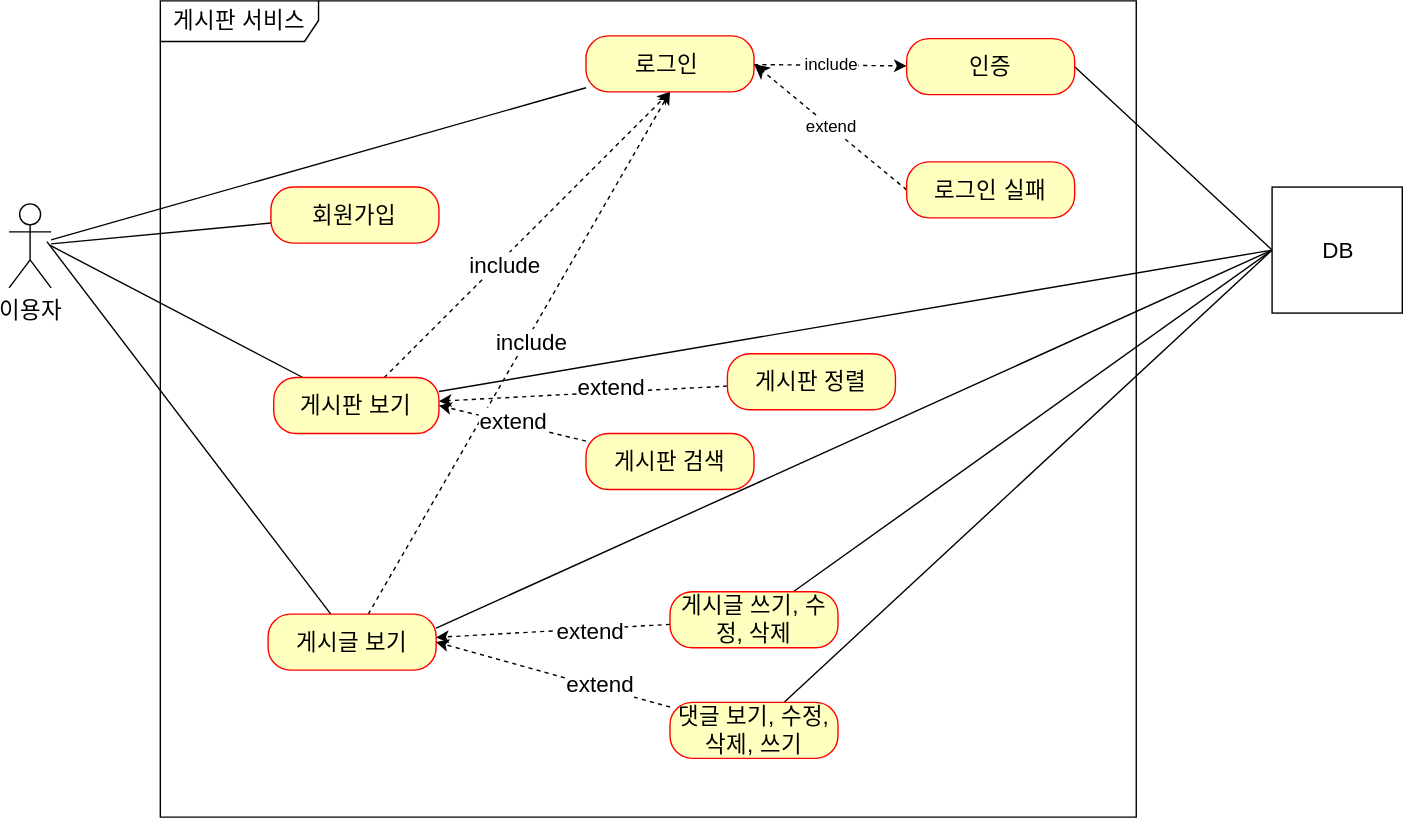
Earlier version of the draw.io export document/useCase.svg (Kimminwoo02/Project-board). Source tidied: cells renumbered, new cells last; positions are measured from the earlier drawing's top-left corner, leaving out a move shared by most shapes. Its diagram source:
```xml
<mxGraphModel>
  <root>
    <mxCell id="0" />
    <mxCell id="1" parent="0" />
    <mxCell id="2" value="이용자&lt;br&gt;" style="shape=umlActor;verticalLabelPosition=bottom;verticalAlign=top;html=1;fontSize=16;" parent="1" vertex="1">
      <mxGeometry y="145" width="30" height="60" as="geometry" />
    </mxCell>
    <mxCell id="3" value="게시판 서비스" style="shape=umlFrame;whiteSpace=wrap;html=1;fontSize=16;width=113;height=29;strokeColor=default;" parent="1" vertex="1">
      <mxGeometry x="108" width="697" height="583" as="geometry" />
    </mxCell>
    <mxCell id="4" style="edgeStyle=none;curved=1;rounded=0;jettySize=auto;html=1;fontSize=12;startSize=8;endSize=8;endArrow=none;endFill=0;" parent="1" edge="1" source="5" target="2">
      <mxGeometry relative="1" as="geometry" />
    </mxCell>
    <mxCell id="5" value="회원가입" style="rounded=1;whiteSpace=wrap;html=1;arcSize=40;fontColor=#000000;fillColor=#ffffc0;strokeColor=#ff0000;fontSize=16;" parent="1" vertex="1">
      <mxGeometry x="187" y="133" width="120" height="40" as="geometry" />
    </mxCell>
    <mxCell id="6" style="edgeStyle=none;curved=1;rounded=0;jettySize=auto;html=1;fontSize=12;endArrow=none;endFill=0;startSize=8;endSize=8;" parent="1" edge="1" source="10">
      <mxGeometry relative="1" as="geometry">
        <mxPoint x="29" y="174.5" as="targetPoint" />
      </mxGeometry>
    </mxCell>
    <mxCell id="7" style="edgeStyle=none;curved=1;rounded=0;jettySize=auto;html=1;entryX=0.5;entryY=1;entryDx=0;entryDy=0;dashed=1;fontSize=12;endArrow=classic;endFill=1;" parent="1" edge="1" source="10" target="17">
      <mxGeometry relative="1" as="geometry" />
    </mxCell>
    <mxCell id="8" value="include" style="edgeLabel;html=1;align=center;verticalAlign=middle;fontSize=16;" parent="7" vertex="1">
      <mxGeometry x="-0.19" y="-3" relative="1" as="geometry" />
    </mxCell>
    <mxCell id="9" style="edgeStyle=none;curved=1;rounded=0;jettySize=auto;html=1;entryX=0;entryY=0.5;entryDx=0;entryDy=0;fontSize=12;endArrow=none;endFill=0;" parent="1" edge="1" source="10" target="36">
      <mxGeometry relative="1" as="geometry" />
    </mxCell>
    <mxCell id="10" value="게시판 보기" style="rounded=1;whiteSpace=wrap;html=1;arcSize=40;fontColor=#000000;fillColor=#ffffc0;strokeColor=#ff0000;fontSize=16;" parent="1" vertex="1">
      <mxGeometry x="189" y="269" width="118" height="40" as="geometry" />
    </mxCell>
    <mxCell id="11" style="edgeStyle=none;curved=1;rounded=0;jettySize=auto;html=1;fontSize=12;endArrow=none;endFill=0;startSize=8;endSize=8;" parent="1" edge="1" source="14">
      <mxGeometry relative="1" as="geometry">
        <mxPoint x="27" y="172" as="targetPoint" />
      </mxGeometry>
    </mxCell>
    <mxCell id="12" style="edgeStyle=none;curved=1;rounded=0;jettySize=auto;html=1;entryX=0.5;entryY=1;entryDx=0;entryDy=0;dashed=1;fontSize=12;endArrow=classic;endFill=1;" parent="1" edge="1" source="14" target="17">
      <mxGeometry relative="1" as="geometry" />
    </mxCell>
    <mxCell id="13" value="include" style="edgeLabel;html=1;align=center;verticalAlign=middle;fontSize=16;" parent="12" vertex="1">
      <mxGeometry x="0.05" y="-4" relative="1" as="geometry">
        <mxPoint x="-1" as="offset" />
      </mxGeometry>
    </mxCell>
    <mxCell id="14" value="게시글 보기" style="rounded=1;whiteSpace=wrap;html=1;arcSize=40;fontColor=#000000;fillColor=#ffffc0;strokeColor=#ff0000;fontSize=16;" parent="1" vertex="1">
      <mxGeometry x="185" y="438" width="120" height="40" as="geometry" />
    </mxCell>
    <mxCell id="15" style="edgeStyle=none;curved=1;rounded=0;jettySize=auto;html=1;fontSize=12;endArrow=none;endFill=0;startSize=8;endSize=8;" parent="1" edge="1" source="17" target="2">
      <mxGeometry relative="1" as="geometry" />
    </mxCell>
    <mxCell id="16" value="include" style="edgeStyle=none;curved=1;rounded=0;jettySize=auto;html=1;fontSize=12;endArrow=classic;endFill=1;dashed=1;" parent="1" edge="1" source="17" target="19">
      <mxGeometry relative="1" as="geometry" />
    </mxCell>
    <mxCell id="17" value="로그인&amp;nbsp;" style="rounded=1;whiteSpace=wrap;html=1;arcSize=40;fontColor=#000000;fillColor=#ffffc0;strokeColor=#ff0000;fontSize=16;" parent="1" vertex="1">
      <mxGeometry x="412" y="25" width="120" height="40" as="geometry" />
    </mxCell>
    <mxCell id="18" style="edgeStyle=none;curved=1;rounded=0;jettySize=auto;html=1;exitX=1;exitY=0.5;exitDx=0;exitDy=0;entryX=0;entryY=0.5;entryDx=0;entryDy=0;fontSize=12;endArrow=none;endFill=0;" parent="1" edge="1" source="19" target="36">
      <mxGeometry relative="1" as="geometry" />
    </mxCell>
    <mxCell id="19" value="인증" style="rounded=1;whiteSpace=wrap;html=1;arcSize=40;fontColor=#000000;fillColor=#ffffc0;strokeColor=#ff0000;fontSize=16;" parent="1" vertex="1">
      <mxGeometry x="641" y="27" width="120" height="40" as="geometry" />
    </mxCell>
    <mxCell id="20" value="extend" style="edgeStyle=none;curved=1;rounded=0;jettySize=auto;html=1;entryX=1;entryY=0.5;entryDx=0;entryDy=0;fontSize=12;endArrow=classic;endFill=1;startSize=8;endSize=8;exitX=0;exitY=0.5;exitDx=0;exitDy=0;dashed=1;" parent="1" edge="1" source="21" target="17">
      <mxGeometry relative="1" as="geometry" />
    </mxCell>
    <mxCell id="21" value="로그인 실패" style="rounded=1;whiteSpace=wrap;html=1;arcSize=40;fontColor=#000000;fillColor=#ffffc0;strokeColor=#ff0000;fontSize=16;" parent="1" vertex="1">
      <mxGeometry x="641" y="115" width="120" height="40" as="geometry" />
    </mxCell>
    <mxCell id="22" style="edgeStyle=none;curved=1;rounded=0;jettySize=auto;html=1;dashed=1;fontSize=12;endArrow=classic;endFill=1;" parent="1" edge="1" source="24" target="10">
      <mxGeometry relative="1" as="geometry" />
    </mxCell>
    <mxCell id="23" value="extend" style="edgeLabel;html=1;align=center;verticalAlign=middle;fontSize=16;" parent="22" vertex="1">
      <mxGeometry x="-0.18" y="-4" relative="1" as="geometry" />
    </mxCell>
    <mxCell id="24" value="게시판 정렬" style="rounded=1;whiteSpace=wrap;html=1;arcSize=40;fontColor=#000000;fillColor=#ffffc0;strokeColor=#ff0000;fontSize=16;" parent="1" vertex="1">
      <mxGeometry x="513" y="252" width="120" height="40" as="geometry" />
    </mxCell>
    <mxCell id="25" style="edgeStyle=none;curved=1;rounded=0;jettySize=auto;html=1;entryX=1;entryY=0.5;entryDx=0;entryDy=0;dashed=1;fontSize=12;endArrow=classic;endFill=1;" parent="1" edge="1" source="37" target="10">
      <mxGeometry relative="1" as="geometry" />
    </mxCell>
    <mxCell id="26" value="extend" style="edgeLabel;html=1;align=center;verticalAlign=middle;fontSize=16;" parent="25" vertex="1">
      <mxGeometry x="0.02" y="-2" relative="1" as="geometry" />
    </mxCell>
    <mxCell id="27" style="edgeStyle=none;curved=1;rounded=0;jettySize=auto;html=1;dashed=1;fontSize=12;endArrow=classic;endFill=1;" parent="1" edge="1" source="30" target="14">
      <mxGeometry relative="1" as="geometry" />
    </mxCell>
    <mxCell id="28" value="extend" style="edgeLabel;html=1;align=center;verticalAlign=middle;fontSize=16;" parent="27" vertex="1">
      <mxGeometry x="-0.32" y="1" relative="1" as="geometry" />
    </mxCell>
    <mxCell id="29" style="edgeStyle=none;curved=1;rounded=0;jettySize=auto;html=1;entryX=0;entryY=0.5;entryDx=0;entryDy=0;fontSize=12;endArrow=none;endFill=0;" parent="1" edge="1" source="30" target="36">
      <mxGeometry relative="1" as="geometry" />
    </mxCell>
    <mxCell id="30" value="게시글 쓰기, 수정, 삭제" style="rounded=1;whiteSpace=wrap;html=1;arcSize=40;fontColor=#000000;fillColor=#ffffc0;strokeColor=#ff0000;fontSize=16;" parent="1" vertex="1">
      <mxGeometry x="472" y="422" width="120" height="40" as="geometry" />
    </mxCell>
    <mxCell id="31" style="edgeStyle=none;curved=1;rounded=0;jettySize=auto;html=1;entryX=1;entryY=0.5;entryDx=0;entryDy=0;dashed=1;fontSize=12;endArrow=classic;endFill=1;" parent="1" edge="1" source="34" target="14">
      <mxGeometry relative="1" as="geometry" />
    </mxCell>
    <mxCell id="32" value="extend" style="edgeLabel;html=1;align=center;verticalAlign=middle;fontSize=16;" parent="31" vertex="1">
      <mxGeometry x="-0.38" y="-3" relative="1" as="geometry" />
    </mxCell>
    <mxCell id="33" style="edgeStyle=none;curved=1;rounded=0;jettySize=auto;html=1;entryX=0;entryY=0.5;entryDx=0;entryDy=0;fontSize=12;endArrow=none;endFill=0;" parent="1" edge="1" source="34" target="36">
      <mxGeometry relative="1" as="geometry" />
    </mxCell>
    <mxCell id="34" value="댓글 보기, 수정, 삭제, 쓰기" style="rounded=1;whiteSpace=wrap;html=1;arcSize=40;fontColor=#000000;fillColor=#ffffc0;strokeColor=#ff0000;fontSize=16;" parent="1" vertex="1">
      <mxGeometry x="472" y="501" width="120" height="40" as="geometry" />
    </mxCell>
    <mxCell id="35" style="edgeStyle=none;curved=1;rounded=0;jettySize=auto;html=1;entryX=1;entryY=0.25;entryDx=0;entryDy=0;fontSize=12;endArrow=none;endFill=0;exitX=0;exitY=0.5;exitDx=0;exitDy=0;" parent="1" edge="1" source="36" target="14">
      <mxGeometry relative="1" as="geometry" />
    </mxCell>
    <mxCell id="36" value="DB" style="html=1;strokeColor=default;fontSize=16;" parent="1" vertex="1">
      <mxGeometry x="902" y="133" width="93" height="90" as="geometry" />
    </mxCell>
    <mxCell id="37" value="게시판 검색" style="rounded=1;whiteSpace=wrap;html=1;arcSize=40;fontColor=#000000;fillColor=#ffffc0;strokeColor=#ff0000;fontSize=16;" parent="1" vertex="1">
      <mxGeometry x="412" y="309" width="120" height="40" as="geometry" />
    </mxCell>
    <mxCell id="38" style="edgeStyle=none;curved=1;rounded=0;orthogonalLoop=1;jettySize=auto;html=1;exitX=0.25;exitY=0;exitDx=0;exitDy=0;fontSize=12;endArrow=none;endFill=0;" parent="1" edge="1" source="37" target="37">
      <mxGeometry relative="1" as="geometry" />
    </mxCell>
    <mxCell id="39" style="edgeStyle=none;curved=1;rounded=0;orthogonalLoop=1;jettySize=auto;html=1;exitX=0.75;exitY=1;exitDx=0;exitDy=0;fontSize=12;endArrow=none;endFill=0;" parent="1" edge="1" source="30" target="30">
      <mxGeometry relative="1" as="geometry" />
    </mxCell>
  </root>
</mxGraphModel>
```
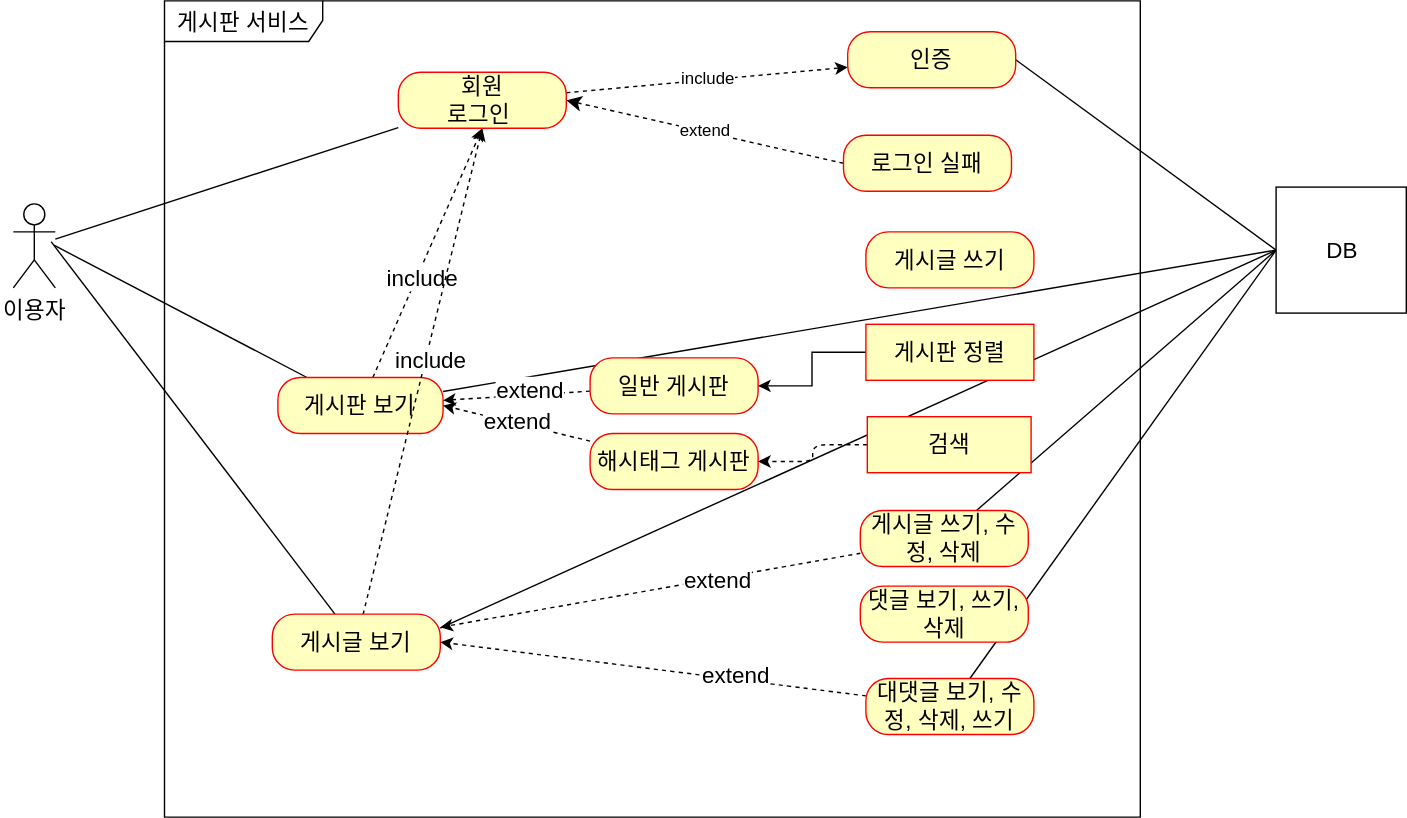
The same diagram one commit later.

Change to the diagram source:
```diff
@@ -8,12 +8,6 @@
     <mxCell id="3" value="게시판 서비스" style="shape=umlFrame;whiteSpace=wrap;html=1;fontSize=16;width=113;height=29;strokeColor=default;" parent="1" vertex="1">
       <mxGeometry x="108" width="697" height="583" as="geometry" />
     </mxCell>
-    <mxCell id="4" style="edgeStyle=none;curved=1;rounded=0;jettySize=auto;html=1;fontSize=12;startSize=8;endSize=8;endArrow=none;endFill=0;" parent="1" edge="1" source="5" target="2">
-      <mxGeometry relative="1" as="geometry" />
-    </mxCell>
-    <mxCell id="5" value="회원가입" style="rounded=1;whiteSpace=wrap;html=1;arcSize=40;fontColor=#000000;fillColor=#ffffc0;strokeColor=#ff0000;fontSize=16;" parent="1" vertex="1">
-      <mxGeometry x="187" y="133" width="120" height="40" as="geometry" />
-    </mxCell>
     <mxCell id="6" style="edgeStyle=none;curved=1;rounded=0;jettySize=auto;html=1;fontSize=12;endArrow=none;endFill=0;startSize=8;endSize=8;" parent="1" edge="1" source="10">
       <mxGeometry relative="1" as="geometry">
         <mxPoint x="29" y="174.5" as="targetPoint" />
@@ -53,20 +47,20 @@
     <mxCell id="16" value="include" style="edgeStyle=none;curved=1;rounded=0;jettySize=auto;html=1;fontSize=12;endArrow=classic;endFill=1;dashed=1;" parent="1" edge="1" source="17" target="19">
       <mxGeometry relative="1" as="geometry" />
     </mxCell>
-    <mxCell id="17" value="로그인&amp;nbsp;" style="rounded=1;whiteSpace=wrap;html=1;arcSize=40;fontColor=#000000;fillColor=#ffffc0;strokeColor=#ff0000;fontSize=16;" parent="1" vertex="1">
-      <mxGeometry x="412" y="25" width="120" height="40" as="geometry" />
+    <mxCell id="17" value="회원 &lt;br&gt;로그인&amp;nbsp;" style="rounded=1;whiteSpace=wrap;html=1;arcSize=40;fontColor=#000000;fillColor=#ffffc0;strokeColor=#ff0000;fontSize=16;" parent="1" vertex="1">
+      <mxGeometry x="275" y="51" width="120" height="40" as="geometry" />
     </mxCell>
     <mxCell id="18" style="edgeStyle=none;curved=1;rounded=0;jettySize=auto;html=1;exitX=1;exitY=0.5;exitDx=0;exitDy=0;entryX=0;entryY=0.5;entryDx=0;entryDy=0;fontSize=12;endArrow=none;endFill=0;" parent="1" edge="1" source="19" target="36">
       <mxGeometry relative="1" as="geometry" />
     </mxCell>
     <mxCell id="19" value="인증" style="rounded=1;whiteSpace=wrap;html=1;arcSize=40;fontColor=#000000;fillColor=#ffffc0;strokeColor=#ff0000;fontSize=16;" parent="1" vertex="1">
-      <mxGeometry x="641" y="27" width="120" height="40" as="geometry" />
+      <mxGeometry x="596" y="22" width="120" height="40" as="geometry" />
     </mxCell>
     <mxCell id="20" value="extend" style="edgeStyle=none;curved=1;rounded=0;jettySize=auto;html=1;entryX=1;entryY=0.5;entryDx=0;entryDy=0;fontSize=12;endArrow=classic;endFill=1;startSize=8;endSize=8;exitX=0;exitY=0.5;exitDx=0;exitDy=0;dashed=1;" parent="1" edge="1" source="21" target="17">
       <mxGeometry relative="1" as="geometry" />
     </mxCell>
     <mxCell id="21" value="로그인 실패" style="rounded=1;whiteSpace=wrap;html=1;arcSize=40;fontColor=#000000;fillColor=#ffffc0;strokeColor=#ff0000;fontSize=16;" parent="1" vertex="1">
-      <mxGeometry x="641" y="115" width="120" height="40" as="geometry" />
+      <mxGeometry x="593" y="96" width="120" height="40" as="geometry" />
     </mxCell>
     <mxCell id="22" style="edgeStyle=none;curved=1;rounded=0;jettySize=auto;html=1;dashed=1;fontSize=12;endArrow=classic;endFill=1;" parent="1" edge="1" source="24" target="10">
       <mxGeometry relative="1" as="geometry" />
@@ -74,8 +68,8 @@
     <mxCell id="23" value="extend" style="edgeLabel;html=1;align=center;verticalAlign=middle;fontSize=16;" parent="22" vertex="1">
       <mxGeometry x="-0.18" y="-4" relative="1" as="geometry" />
     </mxCell>
-    <mxCell id="24" value="게시판 정렬" style="rounded=1;whiteSpace=wrap;html=1;arcSize=40;fontColor=#000000;fillColor=#ffffc0;strokeColor=#ff0000;fontSize=16;" parent="1" vertex="1">
-      <mxGeometry x="513" y="252" width="120" height="40" as="geometry" />
+    <mxCell id="24" value="일반 게시판" style="rounded=1;whiteSpace=wrap;html=1;arcSize=40;fontColor=#000000;fillColor=#ffffc0;strokeColor=#ff0000;fontSize=16;" parent="1" vertex="1">
+      <mxGeometry x="412" y="255" width="120" height="40" as="geometry" />
     </mxCell>
     <mxCell id="25" style="edgeStyle=none;curved=1;rounded=0;jettySize=auto;html=1;entryX=1;entryY=0.5;entryDx=0;entryDy=0;dashed=1;fontSize=12;endArrow=classic;endFill=1;" parent="1" edge="1" source="37" target="10">
       <mxGeometry relative="1" as="geometry" />
@@ -93,7 +87,7 @@
       <mxGeometry relative="1" as="geometry" />
     </mxCell>
     <mxCell id="30" value="게시글 쓰기, 수정, 삭제" style="rounded=1;whiteSpace=wrap;html=1;arcSize=40;fontColor=#000000;fillColor=#ffffc0;strokeColor=#ff0000;fontSize=16;" parent="1" vertex="1">
-      <mxGeometry x="472" y="422" width="120" height="40" as="geometry" />
+      <mxGeometry x="605" y="364" width="120" height="40" as="geometry" />
     </mxCell>
     <mxCell id="31" style="edgeStyle=none;curved=1;rounded=0;jettySize=auto;html=1;entryX=1;entryY=0.5;entryDx=0;entryDy=0;dashed=1;fontSize=12;endArrow=classic;endFill=1;" parent="1" edge="1" source="34" target="14">
       <mxGeometry relative="1" as="geometry" />
@@ -104,16 +98,20 @@
     <mxCell id="33" style="edgeStyle=none;curved=1;rounded=0;jettySize=auto;html=1;entryX=0;entryY=0.5;entryDx=0;entryDy=0;fontSize=12;endArrow=none;endFill=0;" parent="1" edge="1" source="34" target="36">
       <mxGeometry relative="1" as="geometry" />
     </mxCell>
-    <mxCell id="34" value="댓글 보기, 수정, 삭제, 쓰기" style="rounded=1;whiteSpace=wrap;html=1;arcSize=40;fontColor=#000000;fillColor=#ffffc0;strokeColor=#ff0000;fontSize=16;" parent="1" vertex="1">
-      <mxGeometry x="472" y="501" width="120" height="40" as="geometry" />
+    <mxCell id="34" value="대댓글 보기, 수정, 삭제, 쓰기" style="rounded=1;whiteSpace=wrap;html=1;arcSize=40;fontColor=#000000;fillColor=#ffffc0;strokeColor=#ff0000;fontSize=16;" parent="1" vertex="1">
+      <mxGeometry x="609" y="484" width="120" height="40" as="geometry" />
     </mxCell>
     <mxCell id="35" style="edgeStyle=none;curved=1;rounded=0;jettySize=auto;html=1;entryX=1;entryY=0.25;entryDx=0;entryDy=0;fontSize=12;endArrow=none;endFill=0;exitX=0;exitY=0.5;exitDx=0;exitDy=0;" parent="1" edge="1" source="36" target="14">
-      <mxGeometry relative="1" as="geometry" />
+      <mxGeometry relative="1" as="geometry">
+        <Array as="points">
+          <mxPoint x="586" y="320" />
+        </Array>
+      </mxGeometry>
     </mxCell>
     <mxCell id="36" value="DB" style="html=1;strokeColor=default;fontSize=16;" parent="1" vertex="1">
       <mxGeometry x="902" y="133" width="93" height="90" as="geometry" />
     </mxCell>
-    <mxCell id="37" value="게시판 검색" style="rounded=1;whiteSpace=wrap;html=1;arcSize=40;fontColor=#000000;fillColor=#ffffc0;strokeColor=#ff0000;fontSize=16;" parent="1" vertex="1">
+    <mxCell id="37" value="해시태그 게시판" style="rounded=1;whiteSpace=wrap;html=1;arcSize=40;fontColor=#000000;fillColor=#ffffc0;strokeColor=#ff0000;fontSize=16;" parent="1" vertex="1">
       <mxGeometry x="412" y="309" width="120" height="40" as="geometry" />
     </mxCell>
     <mxCell id="38" style="edgeStyle=none;curved=1;rounded=0;orthogonalLoop=1;jettySize=auto;html=1;exitX=0.25;exitY=0;exitDx=0;exitDy=0;fontSize=12;endArrow=none;endFill=0;" parent="1" edge="1" source="37" target="37">
@@ -122,5 +120,23 @@
     <mxCell id="39" style="edgeStyle=none;curved=1;rounded=0;orthogonalLoop=1;jettySize=auto;html=1;exitX=0.75;exitY=1;exitDx=0;exitDy=0;fontSize=12;endArrow=none;endFill=0;" parent="1" edge="1" source="30" target="30">
       <mxGeometry relative="1" as="geometry" />
     </mxCell>
+    <mxCell id="40" value="게시글 쓰기" style="rounded=1;whiteSpace=wrap;html=1;arcSize=40;fontColor=#000000;fillColor=#ffffc0;strokeColor=#ff0000;fontSize=16;" parent="1" vertex="1">
+      <mxGeometry x="609" y="165" width="120" height="40" as="geometry" />
+    </mxCell>
+    <mxCell id="41" style="edgeStyle=orthogonalEdgeStyle;rounded=0;jettySize=auto;html=1;" parent="1" edge="1" source="42" target="24">
+      <mxGeometry relative="1" as="geometry" />
+    </mxCell>
+    <mxCell id="42" value="게시판 정렬" style="rounded=1;whiteSpace=wrap;html=1;arcSize=0;fontColor=#000000;fillColor=#ffffc0;strokeColor=#ff0000;fontSize=16;" parent="1" vertex="1">
+      <mxGeometry x="609" y="231" width="120" height="40" as="geometry" />
+    </mxCell>
+    <mxCell id="43" style="edgeStyle=orthogonalEdgeStyle;rounded=1;jettySize=auto;html=1;strokeColor=default;dashed=1;" parent="1" edge="1" source="44" target="37">
+      <mxGeometry relative="1" as="geometry" />
+    </mxCell>
+    <mxCell id="44" value="검색" style="rounded=1;whiteSpace=wrap;html=1;arcSize=0;fontColor=#000000;fillColor=#ffffc0;strokeColor=#ff0000;fontSize=16;" parent="1" vertex="1">
+      <mxGeometry x="610" y="297" width="117" height="40" as="geometry" />
+    </mxCell>
+    <mxCell id="45" value="댓글 보기, 쓰기, 삭제" style="rounded=1;whiteSpace=wrap;html=1;arcSize=40;fontColor=#000000;fillColor=#ffffc0;strokeColor=#ff0000;fontSize=16;" parent="1" vertex="1">
+      <mxGeometry x="605" y="418" width="120" height="40" as="geometry" />
+    </mxCell>
   </root>
 </mxGraphModel>
```
